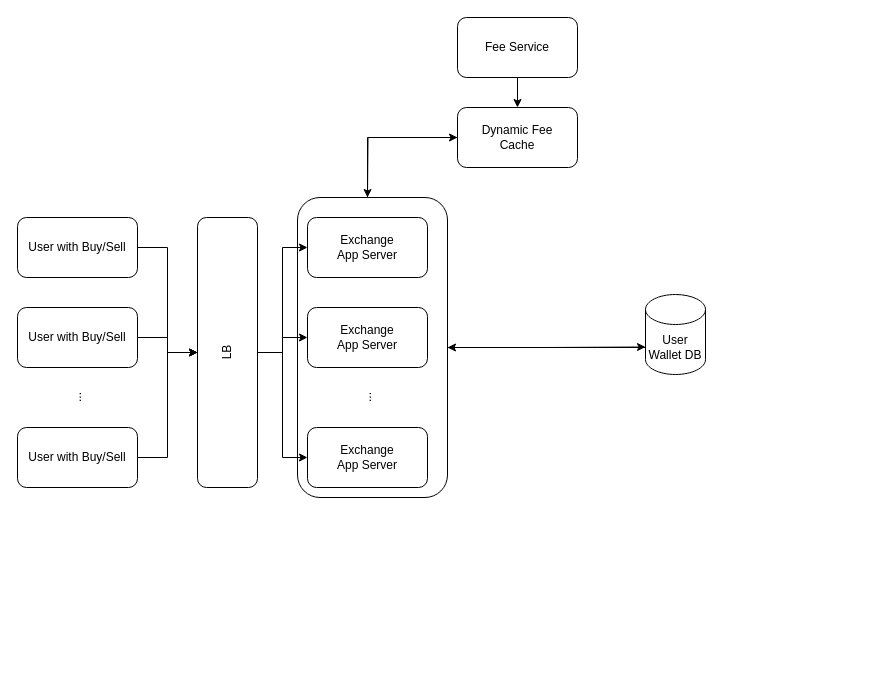
Above: drawios/Exchange System Design.drawio in whmou/component-archs (draw.io), before the change. Source tidied: cells renumbered, new cells numbered last; positions are measured from the earlier drawing's top-left corner, leaving out a move shared by most shapes. Both pictures are drawn from the tidied source at 100%, with x=0, y=0 at pixel (17, 17).
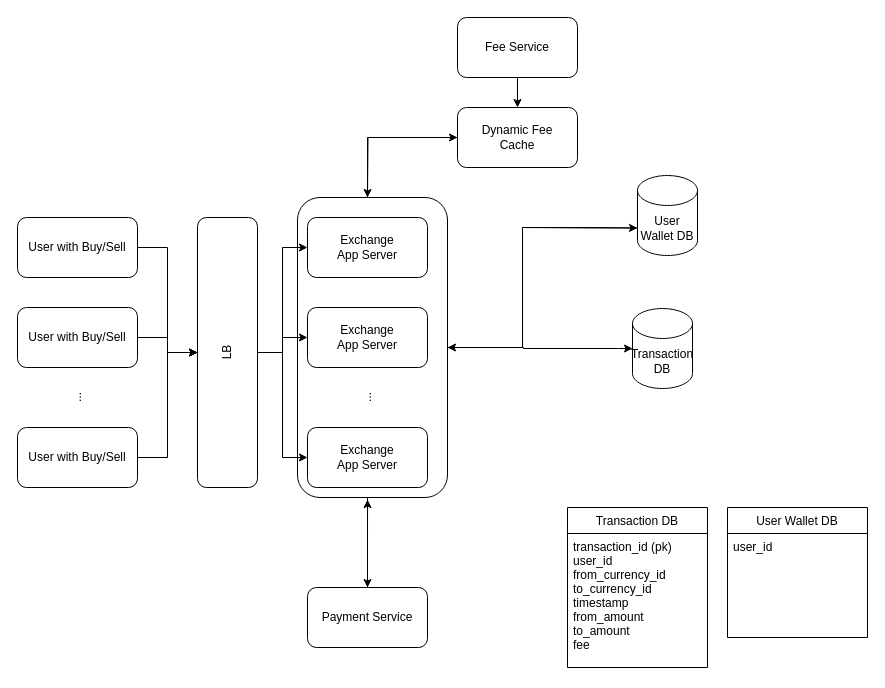
After the change.

The change refers to these unchanged cells:
```xml
<mxCell id="4" style="rounded=1;whiteSpace=wrap;html=1;" parent="1" vertex="1">
  <mxGeometry x="280" y="180" width="150" height="300" as="geometry" />
</mxCell>
```

The edit, as a diff of the source:
```diff
@@
     <mxCell id="3" style="edgeStyle=orthogonalEdgeStyle;rounded=0;jettySize=auto;html=1;entryX=0;entryY=0;entryDx=0;entryDy=52.5;entryPerimeter=0;" parent="1" edge="1" source="4" target="21">
-      <mxGeometry relative="1" as="geometry" />
+      <mxGeometry relative="1" as="geometry">
+        <Array as="points">
+          <mxPoint x="505" y="330" />
+          <mxPoint x="505" y="210" />
+          <mxPoint x="580" y="210" />
+        </Array>
+      </mxGeometry>
     </mxCell>
+    <mxCell id="26" style="edgeStyle=orthogonalEdgeStyle;rounded=0;jettySize=auto;html=1;" parent="1" edge="1" source="4" target="34">
+      <mxGeometry relative="1" as="geometry">
+        <Array as="points">
+          <mxPoint x="350" y="500" />
+          <mxPoint x="350" y="500" />
+        </Array>
+      </mxGeometry>
+    </mxCell>
@@
+    <mxCell id="27" style="edgeStyle=orthogonalEdgeStyle;rounded=0;jettySize=auto;html=1;entryX=0;entryY=0.5;entryDx=0;entryDy=0;entryPerimeter=0;exitX=1;exitY=0.5;exitDx=0;exitDy=0;" parent="1" edge="1" source="4" target="30">
+      <mxGeometry relative="1" as="geometry">
+        <Array as="points">
+          <mxPoint x="506" y="330" />
+          <mxPoint x="506" y="331" />
+          <mxPoint x="601" y="331" />
+        </Array>
+      </mxGeometry>
+    </mxCell>
@@
-    <mxCell id="20" style="edgeStyle=orthogonalEdgeStyle;rounded=0;jettySize=auto;html=1;entryX=1;entryY=0.5;entryDx=0;entryDy=0;" parent="1" edge="1" source="21" target="4">
+    <mxCell id="20" style="edgeStyle=orthogonalEdgeStyle;rounded=0;jettySize=auto;html=1;entryX=1;entryY=0.5;entryDx=0;entryDy=0;exitX=0;exitY=0;exitDx=0;exitDy=52.5;exitPerimeter=0;" parent="1" edge="1" source="21" target="4">
       <mxGeometry relative="1" as="geometry">
         <Array as="points">
-          <mxPoint x="580" y="330" />
-          <mxPoint x="580" y="330" />
+          <mxPoint x="580" y="210" />
+          <mxPoint x="505" y="210" />
+          <mxPoint x="505" y="330" />
         </Array>
       </mxGeometry>
     </mxCell>
     <mxCell id="21" value="User Wallet DB" style="shape=cylinder3;whiteSpace=wrap;html=1;boundedLbl=1;backgroundOutline=1;size=15;" parent="1" vertex="1">
-      <mxGeometry x="628" y="277" width="60" height="80" as="geometry" />
+      <mxGeometry x="620" y="158" width="60" height="80" as="geometry" />
     </mxCell>
@@
+    <mxCell id="28" value="User Wallet DB" style="swimlane;fontStyle=0;horizontal=1;startSize=26;" parent="1" vertex="1">
+      <mxGeometry x="710" y="490" width="140" height="130" as="geometry" />
+    </mxCell>
+    <mxCell id="29" value="user_id&#10;" style="text;strokeColor=none;fillColor=none;align=left;verticalAlign=top;spacingLeft=4;spacingRight=4;overflow=hidden;" parent="28" vertex="1">
+      <mxGeometry y="26" width="140" height="104" as="geometry" />
+    </mxCell>
+    <mxCell id="30" value="Transaction DB" style="shape=cylinder3;whiteSpace=wrap;html=1;boundedLbl=1;backgroundOutline=1;size=15;" parent="1" vertex="1">
+      <mxGeometry x="615" y="291" width="60" height="80" as="geometry" />
+    </mxCell>
+    <mxCell id="31" value="Transaction DB" style="swimlane;fontStyle=0;horizontal=1;startSize=26;" parent="1" vertex="1">
+      <mxGeometry x="550" y="490" width="140" height="160" as="geometry" />
+    </mxCell>
+    <mxCell id="32" value="transaction_id (pk)&#10;user_id&#10;from_currency_id&#10;to_currency_id      &#10;timestamp&#10;from_amount&#10;to_amount&#10;fee&#10;&#10;" style="text;strokeColor=none;fillColor=none;align=left;verticalAlign=top;spacingLeft=4;spacingRight=4;overflow=hidden;" parent="31" vertex="1">
+      <mxGeometry y="26" width="140" height="134" as="geometry" />
+    </mxCell>
+    <mxCell id="33" style="edgeStyle=orthogonalEdgeStyle;rounded=0;jettySize=auto;html=1;entryX=0.467;entryY=1.007;entryDx=0;entryDy=0;entryPerimeter=0;" parent="1" edge="1" source="34" target="4">
+      <mxGeometry relative="1" as="geometry" />
+    </mxCell>
+    <mxCell id="34" value="Payment Service" style="rounded=1;whiteSpace=wrap;html=1;" parent="1" vertex="1">
+      <mxGeometry x="290" y="570" width="120" height="60" as="geometry" />
+    </mxCell>
```
